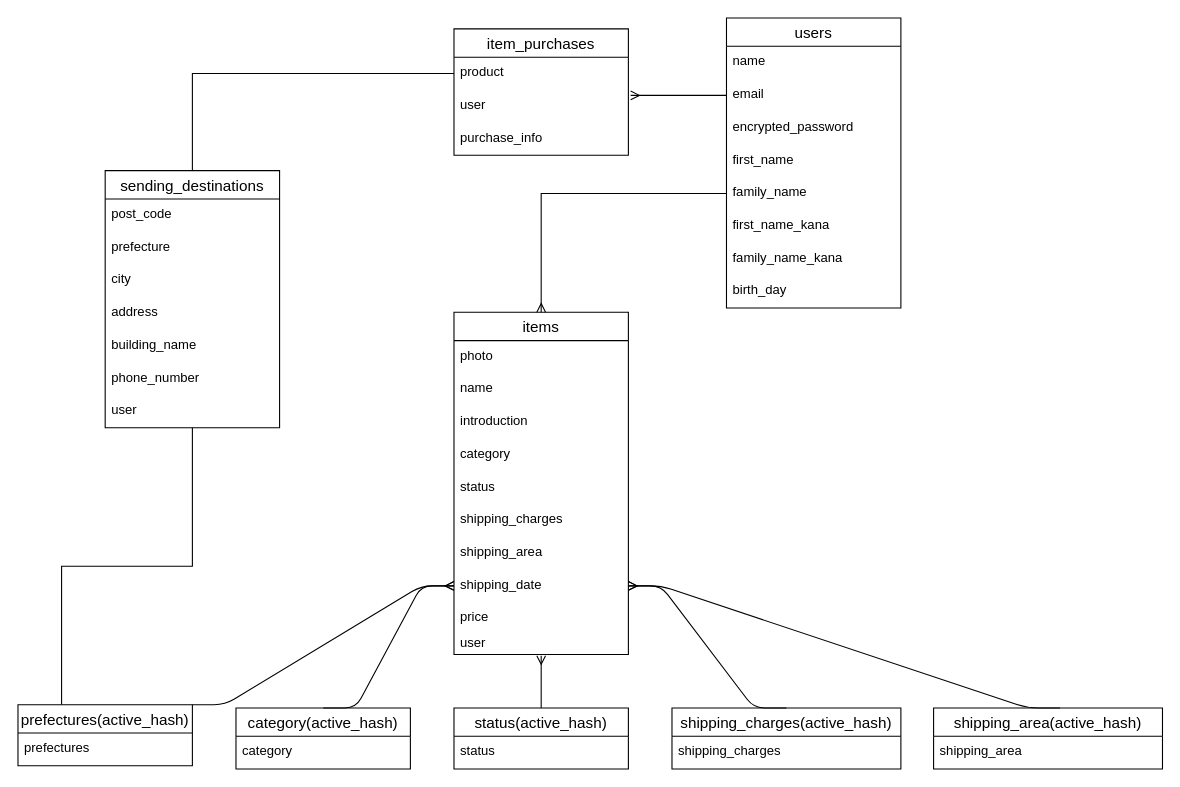
Before: ER.dio in nitou0414/furima-29572, a draw.io diagram. Source tidied: cells renumbered, new cells numbered last; positions are measured from the earlier drawing's top-left corner, leaving out a move shared by most shapes. Both pictures are drawn from the tidied source at 109%, with x=0, y=0 at pixel (17, 17).
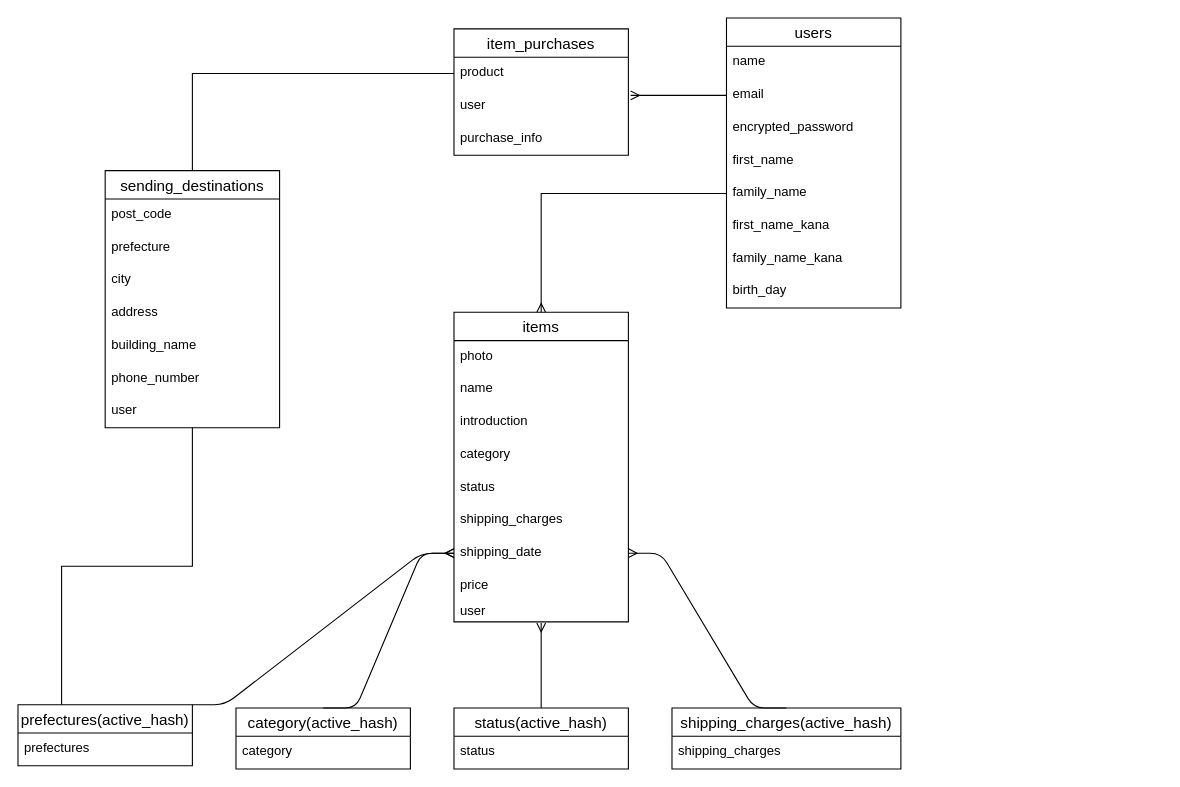
The same page after the edit.

Commit message (it also covers changes not shown here):
修正しました5

Diff of the diagram source:
```diff
@@
     <mxCell id="11" value="items" style="swimlane;fontStyle=0;horizontal=1;startSize=26;align=center;fontSize=14;" parent="1" vertex="1">
-      <mxGeometry x="400" y="270" width="160" height="314" as="geometry" />
+      <mxGeometry x="400" y="270" width="160" height="284" as="geometry" />
     </mxCell>
@@
-    <mxCell id="18" value="shipping_area" style="text;strokeColor=none;fillColor=none;spacingLeft=4;spacingRight=4;overflow=hidden;fontSize=12;" parent="11" vertex="1">
-      <mxGeometry y="206" width="160" height="30" as="geometry" />
-    </mxCell>
     <mxCell id="19" value="shipping_date" style="text;strokeColor=none;fillColor=none;spacingLeft=4;spacingRight=4;overflow=hidden;points=[[0,0.5],[1,0.5]];portConstraint=eastwest;fontSize=12;" parent="11" vertex="1">
-      <mxGeometry y="236" width="160" height="30" as="geometry" />
+      <mxGeometry y="206" width="160" height="30" as="geometry" />
     </mxCell>
     <mxCell id="20" value="price" style="text;strokeColor=none;fillColor=none;spacingLeft=4;spacingRight=4;overflow=hidden;fontSize=12;" parent="11" vertex="1">
-      <mxGeometry y="266" width="160" height="24" as="geometry" />
+      <mxGeometry y="236" width="160" height="24" as="geometry" />
     </mxCell>
     <mxCell id="21" value="user" style="text;strokeColor=none;fillColor=none;spacingLeft=4;spacingRight=4;overflow=hidden;points=[[0,0.5],[1,0.5]];portConstraint=eastwest;fontSize=12;" parent="11" vertex="1">
-      <mxGeometry y="290" width="160" height="24" as="geometry" />
+      <mxGeometry y="260" width="160" height="24" as="geometry" />
     </mxCell>
@@
-    <mxCell id="44" value="shipping_area(active_hash)" style="swimlane;fontStyle=0;horizontal=1;startSize=26;align=center;fontSize=14;" parent="1" vertex="1">
-      <mxGeometry x="840" y="633" width="210" height="56" as="geometry" />
-    </mxCell>
-    <mxCell id="45" value="shipping_area" style="text;strokeColor=none;fillColor=none;spacingLeft=4;spacingRight=4;overflow=hidden;fontSize=12;" parent="44" vertex="1">
-      <mxGeometry y="26" width="210" height="30" as="geometry" />
-    </mxCell>
@@
-    <mxCell id="52" style="edgeStyle=entityRelationEdgeStyle;fontSize=12;html=1;endArrow=ERmany;entryX=1;entryY=0.5;entryDx=0;entryDy=0;exitX=0.552;exitY=0;exitDx=0;exitDy=0;exitPerimeter=0;" parent="1" edge="1" source="44" target="19">
-      <mxGeometry relative="1" as="geometry" />
-    </mxCell>
```
